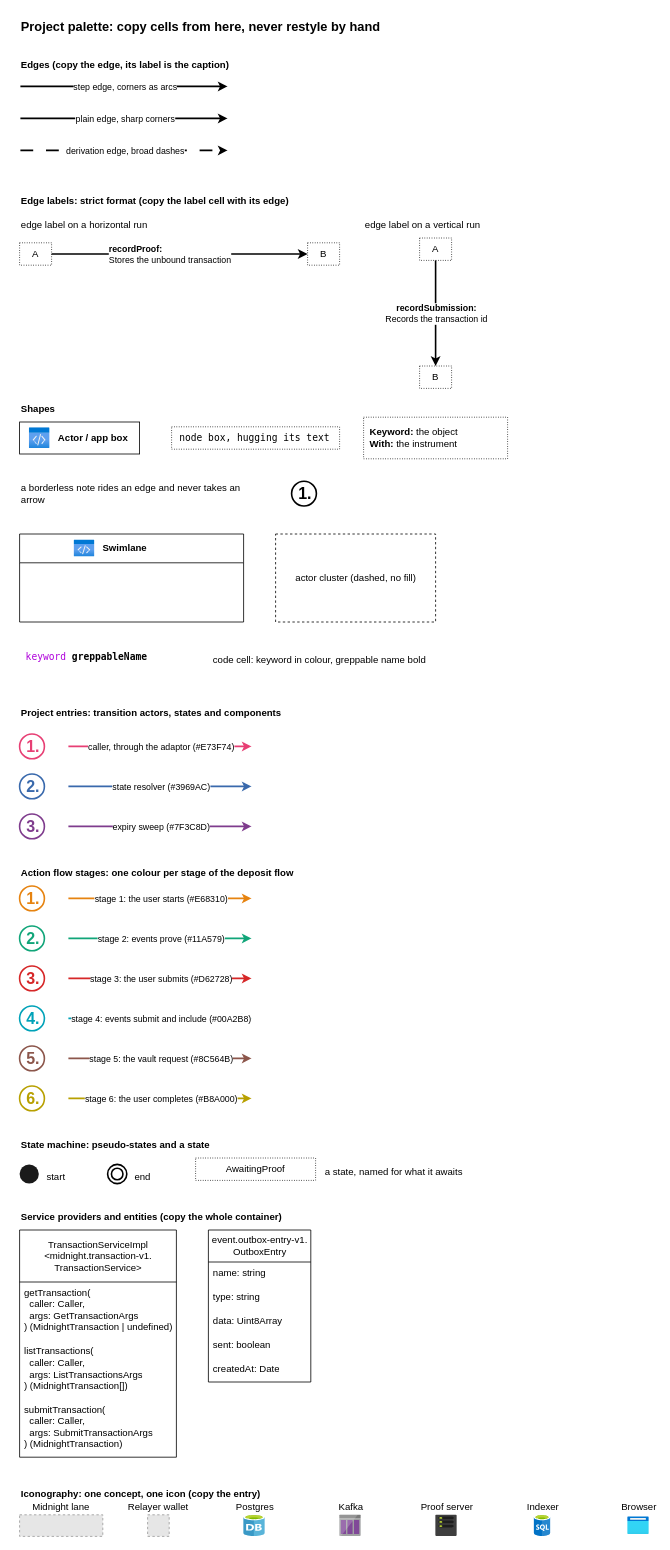
The draw.io diagram docs/diagram-palette.drawio in sig-net/full-stack-demo, before the edit. Source tidied: cells renumbered, new cells numbered last; positions are measured from the earlier drawing's top-left corner, leaving out a move shared by most shapes. Both pictures are drawn from the tidied source at 80%, with x=0, y=0 at pixel (19, 14). Pictures stored in the file or linked from it are replaced by grey dashed boxes.
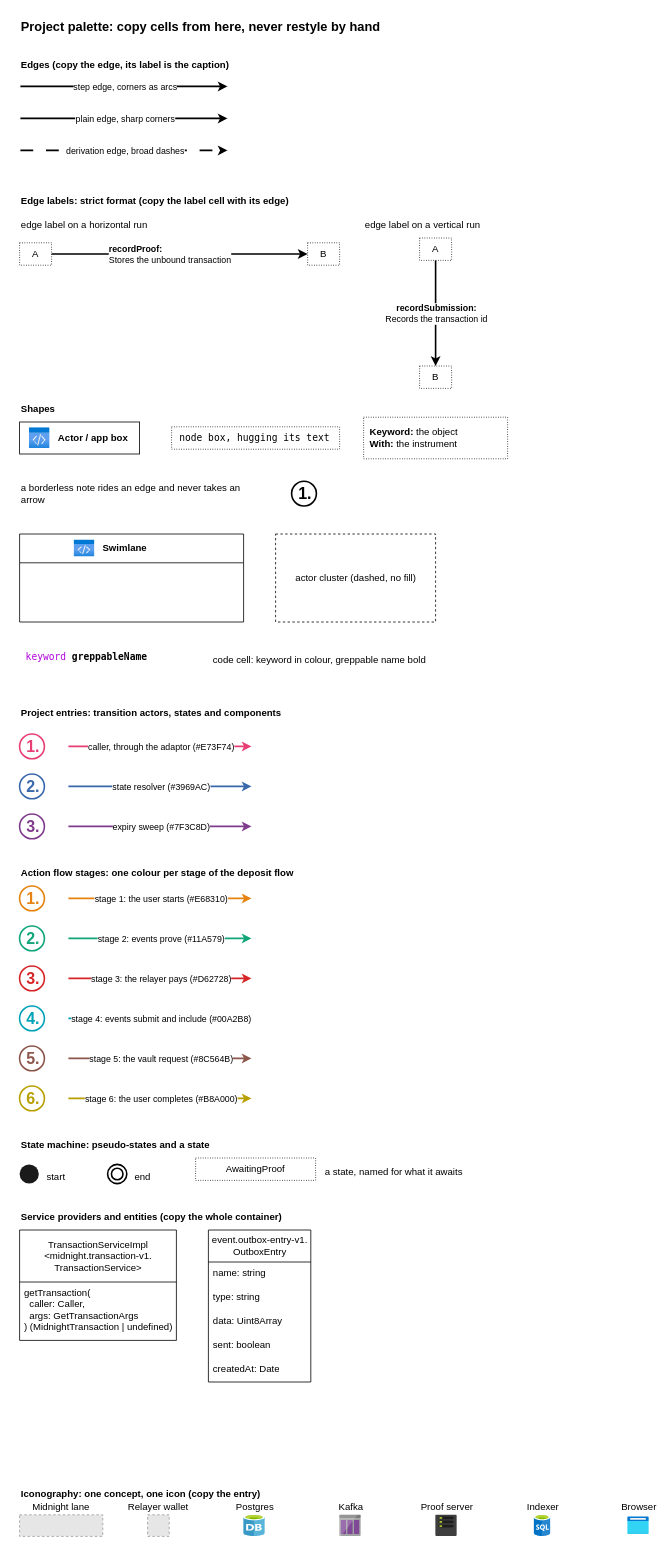
The same page after the edit.

The change refers to these unchanged cells:
```xml
<mxCell id="72" style="exitX=1;exitY=0.5;exitDx=0;exitDy=0;entryX=0;entryY=0.5;entryDx=0;entryDy=0;html=1;strokeColor=#D62728;rounded=1;arcSize=20;strokeWidth=2;" parent="1" edge="1" source="70" target="71">
  <mxGeometry relative="1" as="geometry" />
</mxCell>
```

Diff of the diagram source:
```diff
@@
-    <mxCell id="73" value="stage 3: the user submits (#D62728)" style="edgeLabel;html=1;align=center;verticalAlign=middle;labelBackgroundColor=default;" parent="72" vertex="1">
+    <mxCell id="73" value="stage 3: the relayer pays (#D62728)" style="edgeLabel;html=1;align=center;verticalAlign=middle;labelBackgroundColor=default;" parent="72" vertex="1">
       <mxGeometry relative="1" as="geometry" />
     </mxCell>
@@
     <mxCell id="97" value="TransactionServiceImpl&lt;br&gt;&amp;lt;midnight.transaction-v1.&lt;br&gt;TransactionService&amp;gt;" style="swimlane;fontStyle=0;horizontal=1;startSize=65;fillColor=default;html=1;fillStyle=solid;" parent="1" vertex="1">
-      <mxGeometry y="1520" width="196" height="284" as="geometry" />
+      <mxGeometry y="1520" width="196" height="138" as="geometry" />
     </mxCell>
@@
-    <mxCell id="99" value="listTransactions(&lt;br&gt;&amp;nbsp; caller: Caller,&lt;br&gt;&amp;nbsp; args: ListTransactionsArgs&lt;br&gt;) (MidnightTransaction[])" style="text;strokeColor=none;fillColor=none;align=left;verticalAlign=top;spacingLeft=4;spacingRight=4;overflow=hidden;whiteSpace=wrap;html=1;" parent="97" vertex="1">
-      <mxGeometry y="138" width="196" height="73" as="geometry" />
-    </mxCell>
-    <mxCell id="100" value="submitTransaction(&lt;br&gt;&amp;nbsp; caller: Caller,&lt;br&gt;&amp;nbsp; args: SubmitTransactionArgs&lt;br&gt;) (MidnightTransaction)" style="text;strokeColor=none;fillColor=none;align=left;verticalAlign=top;spacingLeft=4;spacingRight=4;overflow=hidden;whiteSpace=wrap;html=1;" parent="97" vertex="1">
-      <mxGeometry y="211" width="196" height="73" as="geometry" />
-    </mxCell>
```
